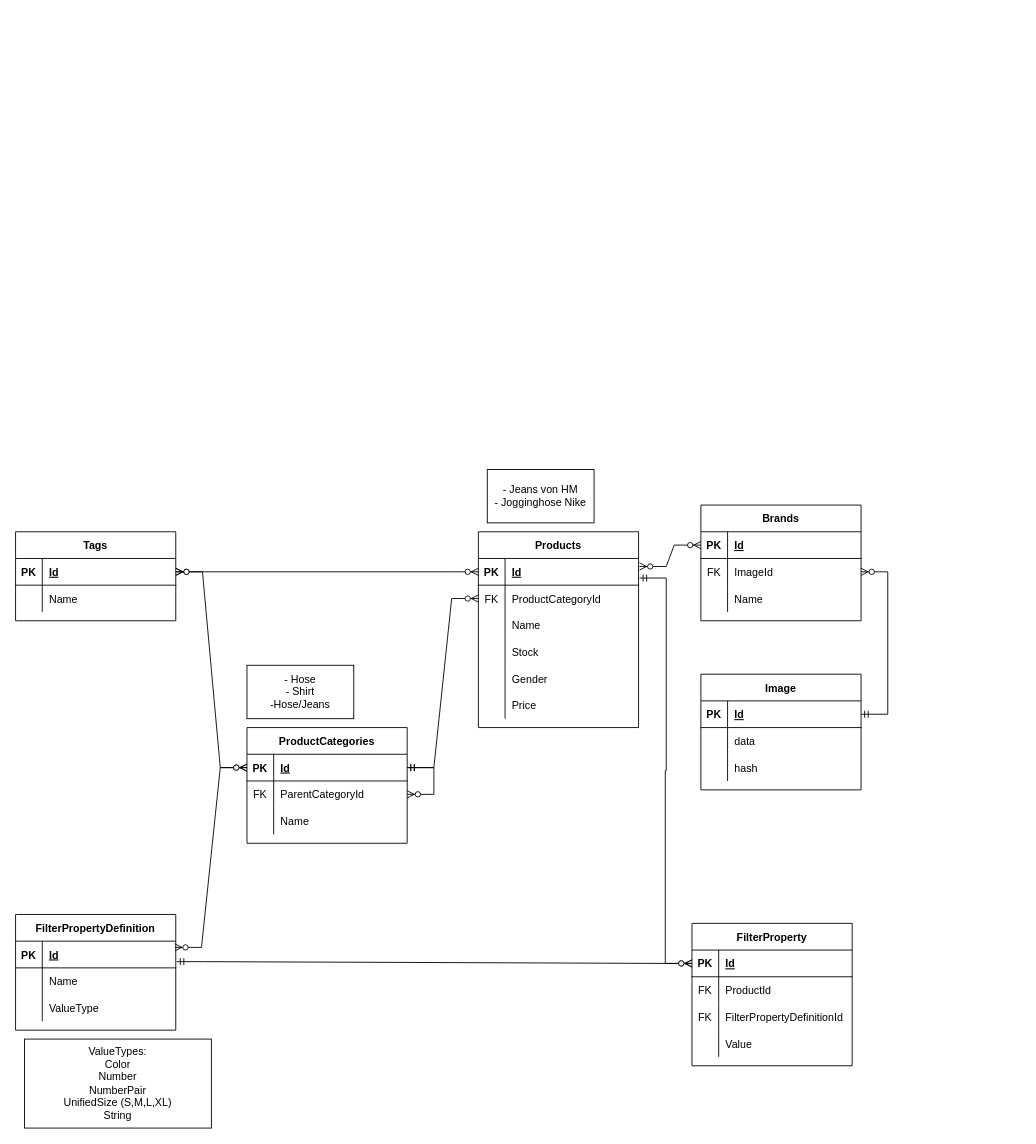
Earlier version of the draw.io diagram documentation/catalogue-service er diagram.drawio (deelk00/gca-project). Source tidied: cells renumbered, new cells numbered last; positions are measured from the earlier drawing's top-left corner, leaving out a move shared by most shapes. Both pictures are drawn from the tidied source at 89%, with x=0, y=0 at pixel (15, 469).
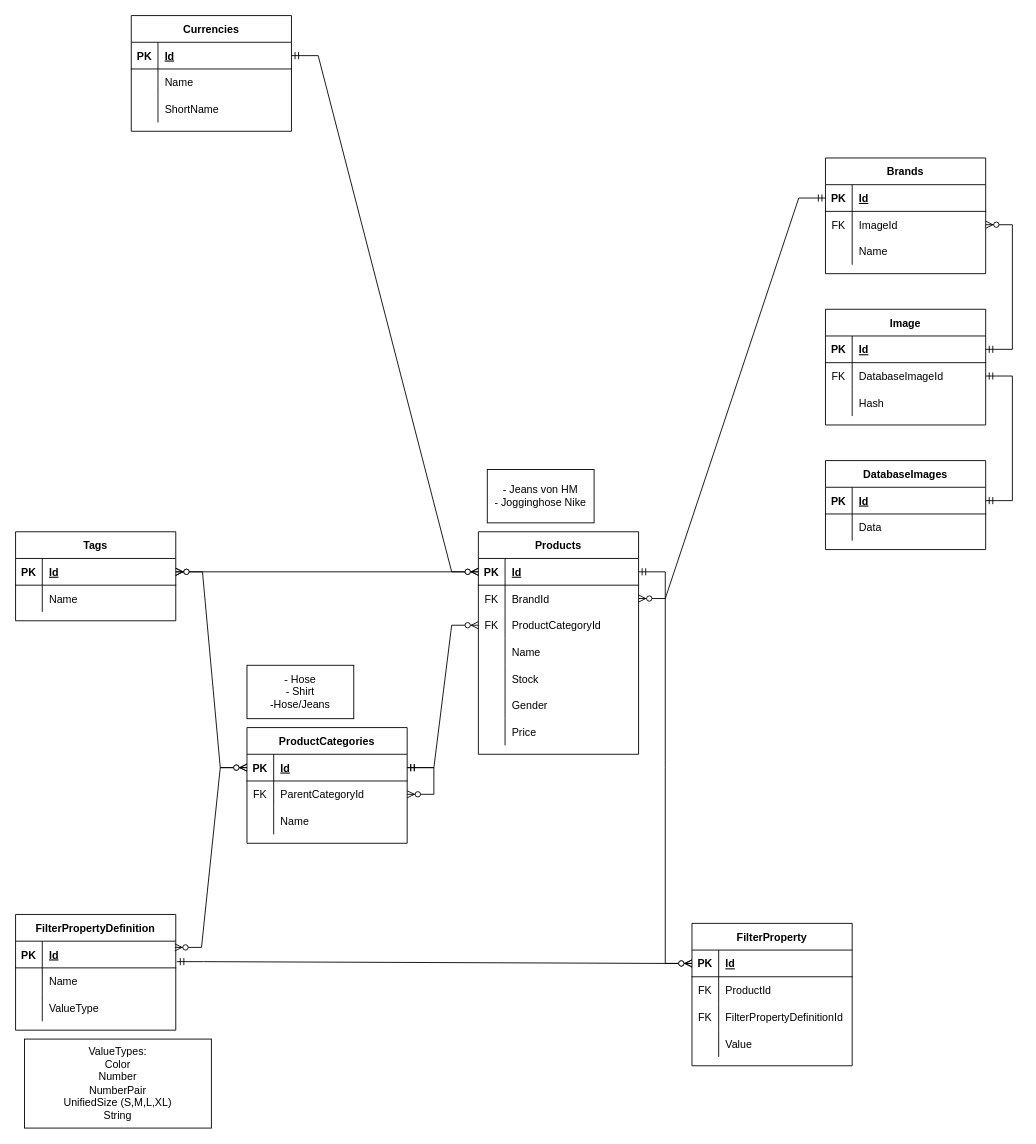
The same page after the edit.

The change refers to these unchanged cells:
```xml
<mxCell id="3" style="shape=tableRow;horizontal=0;startSize=0;swimlaneHead=0;swimlaneBody=0;fillColor=none;points=[[0,0.5],[1,0.5]];portConstraint=eastwest;top=0;left=0;right=0;bottom=1;" parent="2" vertex="1">
  <mxGeometry y="30" width="180" height="30" as="geometry" />
</mxCell>
<mxCell id="57" style="shape=tableRow;horizontal=0;startSize=0;swimlaneHead=0;swimlaneBody=0;fillColor=none;points=[[0,0.5],[1,0.5]];portConstraint=eastwest;top=0;left=0;right=0;bottom=1;" parent="56" vertex="1">
  <mxGeometry y="30" width="180" height="30" as="geometry" />
</mxCell>
<mxCell id="72" style="shape=partialRectangle;fillColor=none;top=0;left=0;bottom=1;right=0;points=[[0,0.5],[1,0.5]];portConstraint=eastwest;" parent="71" vertex="1">
  <mxGeometry y="30" width="180" height="30" as="geometry" />
</mxCell>
<mxCell id="89" style="shape=partialRectangle;fillColor=none;top=0;left=0;bottom=0;right=0;" parent="82" vertex="1">
  <mxGeometry y="90" width="180" height="30" as="geometry" />
</mxCell>
```

The edit, as a diff of the source:
```diff
@@
     <mxCell id="2" value="Products" style="shape=table;startSize=30;childLayout=tableLayout;rowLines=0;fontStyle=1;align=center;" parent="1" vertex="1">
-      <mxGeometry x="520" y="70" width="180" height="220" as="geometry" />
+      <mxGeometry x="520" y="70" width="180" height="250" as="geometry" />
     </mxCell>
@@
+    <mxCell id="93" style="shape=partialRectangle;fillColor=none;top=0;left=0;bottom=0;right=0;points=[[0,0.5],[1,0.5]];portConstraint=eastwest;" parent="2" vertex="1">
+      <mxGeometry y="60" width="180" height="30" as="geometry" />
+    </mxCell>
+    <mxCell id="94" value="FK" style="shape=partialRectangle;fillColor=none;top=0;left=0;bottom=0;right=0;fontStyle=0;overflow=hidden;" parent="93" vertex="1">
+      <mxGeometry width="30" height="30" as="geometry" />
+    </mxCell>
+    <mxCell id="95" value="BrandId" style="shape=partialRectangle;fillColor=none;top=0;left=0;bottom=0;right=0;align=left;spacingLeft=6;fontStyle=0;overflow=hidden;" parent="93" vertex="1">
+      <mxGeometry x="30" width="150" height="30" as="geometry" />
+    </mxCell>
     <mxCell id="6" style="shape=tableRow;horizontal=0;startSize=0;swimlaneHead=0;swimlaneBody=0;fillColor=none;points=[[0,0.5],[1,0.5]];portConstraint=eastwest;top=0;left=0;right=0;bottom=0;" parent="2" vertex="1">
-      <mxGeometry y="60" width="180" height="30" as="geometry" />
+      <mxGeometry y="90" width="180" height="30" as="geometry" />
     </mxCell>
@@
     <mxCell id="9" style="shape=tableRow;horizontal=0;startSize=0;swimlaneHead=0;swimlaneBody=0;fillColor=none;top=0;left=0;right=0;bottom=0;" parent="2" vertex="1">
-      <mxGeometry y="90" width="180" height="30" as="geometry" />
+      <mxGeometry y="120" width="180" height="30" as="geometry" />
     </mxCell>
@@
     <mxCell id="12" style="shape=tableRow;horizontal=0;startSize=0;swimlaneHead=0;swimlaneBody=0;fillColor=none;top=0;left=0;right=0;bottom=0;" parent="2" vertex="1">
-      <mxGeometry y="120" width="180" height="30" as="geometry" />
+      <mxGeometry y="150" width="180" height="30" as="geometry" />
     </mxCell>
@@
     <mxCell id="15" style="shape=tableRow;horizontal=0;startSize=0;swimlaneHead=0;swimlaneBody=0;fillColor=none;top=0;left=0;right=0;bottom=0;" parent="2" vertex="1">
-      <mxGeometry y="150" width="180" height="30" as="geometry" />
+      <mxGeometry y="180" width="180" height="30" as="geometry" />
     </mxCell>
@@
     <mxCell id="18" style="shape=tableRow;horizontal=0;startSize=0;swimlaneHead=0;swimlaneBody=0;fillColor=none;top=0;left=0;right=0;bottom=0;" parent="2" vertex="1">
-      <mxGeometry y="180" width="180" height="30" as="geometry" />
+      <mxGeometry y="210" width="180" height="30" as="geometry" />
     </mxCell>
@@
-    <mxCell id="70" style="edgeStyle=entityRelationEdgeStyle;fontSize=12;html=1;endArrow=ERzeroToMany;startArrow=ERmandOne;rounded=0;exitX=1.006;exitY=0.733;exitDx=0;exitDy=0;exitPerimeter=0;" parent="1" edge="1" source="3" target="57">
+    <mxCell id="70" style="edgeStyle=entityRelationEdgeStyle;fontSize=12;html=1;endArrow=ERzeroToMany;startArrow=ERmandOne;rounded=0;" parent="1" edge="1" source="3" target="57">
       <mxGeometry relative="1" as="geometry" />
     </mxCell>
     <mxCell id="71" value="Brands" style="shape=table;startSize=30;childLayout=tableLayout;rowLines=0;fontStyle=1;align=center;" parent="1" vertex="1">
-      <mxGeometry x="770" y="40" width="180" height="130" as="geometry" />
+      <mxGeometry x="910" y="-350" width="180" height="130" as="geometry" />
     </mxCell>
@@
-    <mxCell id="81" style="edgeStyle=entityRelationEdgeStyle;fontSize=12;html=1;endArrow=ERzeroToMany;endFill=1;startArrow=ERzeroToMany;rounded=0;exitX=1.006;exitY=0.3;exitDx=0;exitDy=0;exitPerimeter=0;" parent="1" edge="1" source="3" target="72">
-      <mxGeometry relative="1" as="geometry" />
-    </mxCell>
     <mxCell id="82" value="Image" style="shape=table;startSize=30;childLayout=tableLayout;rowLines=0;fontStyle=1;align=center;" parent="1" vertex="1">
-      <mxGeometry x="770" y="230" width="180" height="130" as="geometry" />
+      <mxGeometry x="910" y="-180" width="180" height="130" as="geometry" />
     </mxCell>
@@
-    <mxCell id="86" style="shape=partialRectangle;fillColor=none;top=0;left=0;bottom=0;right=0;" parent="82" vertex="1">
-      <mxGeometry y="60" width="180" height="30" as="geometry" />
-    </mxCell>
-    <mxCell id="87" style="shape=partialRectangle;fillColor=none;top=0;left=0;bottom=0;right=0;overflow=hidden;" parent="86" vertex="1">
-      <mxGeometry width="30" height="30" as="geometry" />
-    </mxCell>
-    <mxCell id="88" value="data" style="shape=partialRectangle;fillColor=none;top=0;left=0;bottom=0;right=0;align=left;spacingLeft=6;overflow=hidden;" parent="86" vertex="1">
-      <mxGeometry x="30" width="150" height="30" as="geometry" />
-    </mxCell>
+    <mxCell id="96" style="shape=partialRectangle;fillColor=none;top=0;left=0;bottom=0;right=0;points=[[0,0.5],[1,0.5]];portConstraint=eastwest;" parent="82" vertex="1">
+      <mxGeometry y="60" width="180" height="30" as="geometry" />
+    </mxCell>
+    <mxCell id="97" value="FK" style="shape=partialRectangle;fillColor=none;top=0;left=0;bottom=0;right=0;fontStyle=0;overflow=hidden;" parent="96" vertex="1">
+      <mxGeometry width="30" height="30" as="geometry" />
+    </mxCell>
+    <mxCell id="98" value="DatabaseImageId" style="shape=partialRectangle;fillColor=none;top=0;left=0;bottom=0;right=0;align=left;spacingLeft=6;fontStyle=0;overflow=hidden;" parent="96" vertex="1">
+      <mxGeometry x="30" width="150" height="30" as="geometry" />
+    </mxCell>
@@
-    <mxCell id="91" value="hash" style="shape=partialRectangle;fillColor=none;top=0;left=0;bottom=0;right=0;align=left;spacingLeft=6;overflow=hidden;" parent="89" vertex="1">
+    <mxCell id="91" value="Hash" style="shape=partialRectangle;fillColor=none;top=0;left=0;bottom=0;right=0;align=left;spacingLeft=6;overflow=hidden;" parent="89" vertex="1">
       <mxGeometry x="30" width="150" height="30" as="geometry" />
     </mxCell>
@@
+    <mxCell id="99" value="Currencies" style="shape=table;startSize=30;childLayout=tableLayout;rowLines=0;fontStyle=1;align=center;" parent="1" vertex="1">
+      <mxGeometry x="130" y="-510" width="180" height="130" as="geometry" />
+    </mxCell>
+    <mxCell id="100" style="shape=partialRectangle;fillColor=none;top=0;left=0;bottom=1;right=0;points=[[0,0.5],[1,0.5]];portConstraint=eastwest;" parent="99" vertex="1">
+      <mxGeometry y="30" width="180" height="30" as="geometry" />
+    </mxCell>
+    <mxCell id="101" value="PK" style="shape=partialRectangle;fillColor=none;top=0;left=0;bottom=0;right=0;fontStyle=1;overflow=hidden;" parent="100" vertex="1">
+      <mxGeometry width="30" height="30" as="geometry" />
+    </mxCell>
+    <mxCell id="102" value="Id" style="shape=partialRectangle;fillColor=none;top=0;left=0;bottom=0;right=0;align=left;spacingLeft=6;fontStyle=5;overflow=hidden;" parent="100" vertex="1">
+      <mxGeometry x="30" width="150" height="30" as="geometry" />
+    </mxCell>
+    <mxCell id="103" style="shape=partialRectangle;fillColor=none;top=0;left=0;bottom=0;right=0;" parent="99" vertex="1">
+      <mxGeometry y="60" width="180" height="30" as="geometry" />
+    </mxCell>
+    <mxCell id="104" style="shape=partialRectangle;fillColor=none;top=0;left=0;bottom=0;right=0;overflow=hidden;" parent="103" vertex="1">
+      <mxGeometry width="30" height="30" as="geometry" />
+    </mxCell>
+    <mxCell id="105" value="Name" style="shape=partialRectangle;fillColor=none;top=0;left=0;bottom=0;right=0;align=left;spacingLeft=6;overflow=hidden;" parent="103" vertex="1">
+      <mxGeometry x="30" width="150" height="30" as="geometry" />
+    </mxCell>
+    <mxCell id="106" style="shape=partialRectangle;fillColor=none;top=0;left=0;bottom=0;right=0;" parent="99" vertex="1">
+      <mxGeometry y="90" width="180" height="30" as="geometry" />
+    </mxCell>
+    <mxCell id="107" style="shape=partialRectangle;fillColor=none;top=0;left=0;bottom=0;right=0;overflow=hidden;" parent="106" vertex="1">
+      <mxGeometry width="30" height="30" as="geometry" />
+    </mxCell>
+    <mxCell id="108" value="ShortName" style="shape=partialRectangle;fillColor=none;top=0;left=0;bottom=0;right=0;align=left;spacingLeft=6;overflow=hidden;" parent="106" vertex="1">
+      <mxGeometry x="30" width="150" height="30" as="geometry" />
+    </mxCell>
+    <mxCell id="109" style="edgeStyle=entityRelationEdgeStyle;fontSize=12;html=1;endArrow=ERzeroToMany;startArrow=ERmandOne;rounded=0;" parent="1" edge="1" source="100" target="3">
+      <mxGeometry relative="1" as="geometry" />
+    </mxCell>
+    <mxCell id="110" value="DatabaseImages" style="shape=table;startSize=30;childLayout=tableLayout;rowLines=0;fontStyle=1;align=center;" parent="1" vertex="1">
+      <mxGeometry x="910" y="-10" width="180" height="100" as="geometry" />
+    </mxCell>
+    <mxCell id="111" style="shape=partialRectangle;fillColor=none;top=0;left=0;bottom=1;right=0;points=[[0,0.5],[1,0.5]];portConstraint=eastwest;" parent="110" vertex="1">
+      <mxGeometry y="30" width="180" height="30" as="geometry" />
+    </mxCell>
+    <mxCell id="112" value="PK" style="shape=partialRectangle;fillColor=none;top=0;left=0;bottom=0;right=0;fontStyle=1;overflow=hidden;" parent="111" vertex="1">
+      <mxGeometry width="30" height="30" as="geometry" />
+    </mxCell>
+    <mxCell id="113" value="Id" style="shape=partialRectangle;fillColor=none;top=0;left=0;bottom=0;right=0;align=left;spacingLeft=6;fontStyle=5;overflow=hidden;" parent="111" vertex="1">
+      <mxGeometry x="30" width="150" height="30" as="geometry" />
+    </mxCell>
+    <mxCell id="114" style="shape=partialRectangle;fillColor=none;top=0;left=0;bottom=0;right=0;" parent="110" vertex="1">
+      <mxGeometry y="60" width="180" height="30" as="geometry" />
+    </mxCell>
+    <mxCell id="115" style="shape=partialRectangle;fillColor=none;top=0;left=0;bottom=0;right=0;overflow=hidden;" parent="114" vertex="1">
+      <mxGeometry width="30" height="30" as="geometry" />
+    </mxCell>
+    <mxCell id="116" value="Data" style="shape=partialRectangle;fillColor=none;top=0;left=0;bottom=0;right=0;align=left;spacingLeft=6;overflow=hidden;" parent="114" vertex="1">
+      <mxGeometry x="30" width="150" height="30" as="geometry" />
+    </mxCell>
+    <mxCell id="117" style="edgeStyle=entityRelationEdgeStyle;fontSize=12;html=1;endArrow=ERmandOne;startArrow=ERmandOne;rounded=0;" parent="1" edge="1" source="96" target="111">
+      <mxGeometry relative="1" as="geometry" />
+    </mxCell>
+    <mxCell id="118" style="edgeStyle=entityRelationEdgeStyle;fontSize=12;html=1;endArrow=ERzeroToMany;startArrow=ERmandOne;rounded=0;" parent="1" edge="1" source="72" target="93">
+      <mxGeometry relative="1" as="geometry" />
+    </mxCell>
```
